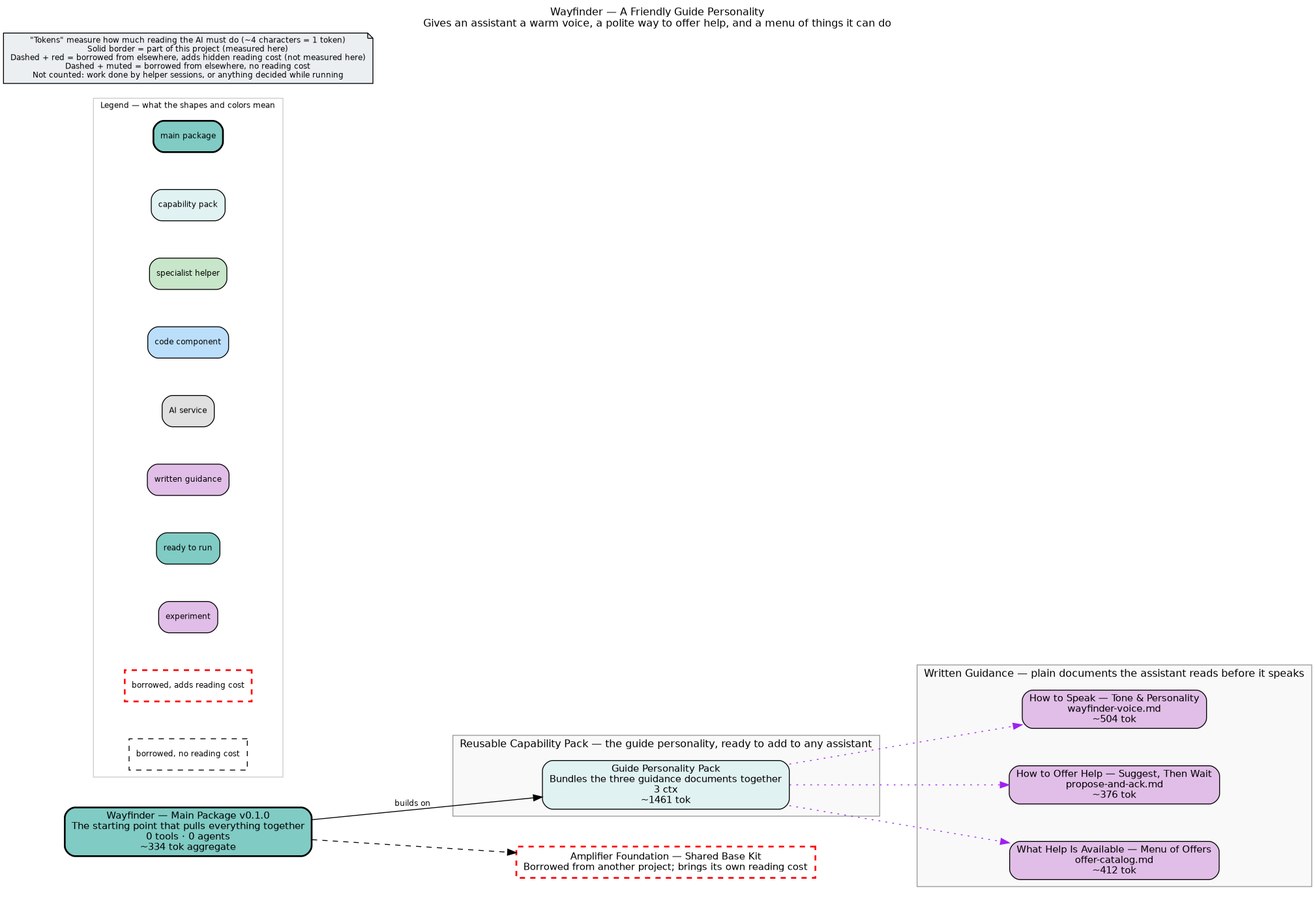
Before: bundle.png, a diagram exported from Graphviz (microsoft/amplifier-bundle-wayfinder). Its source is kept beside it as bundle.dot.
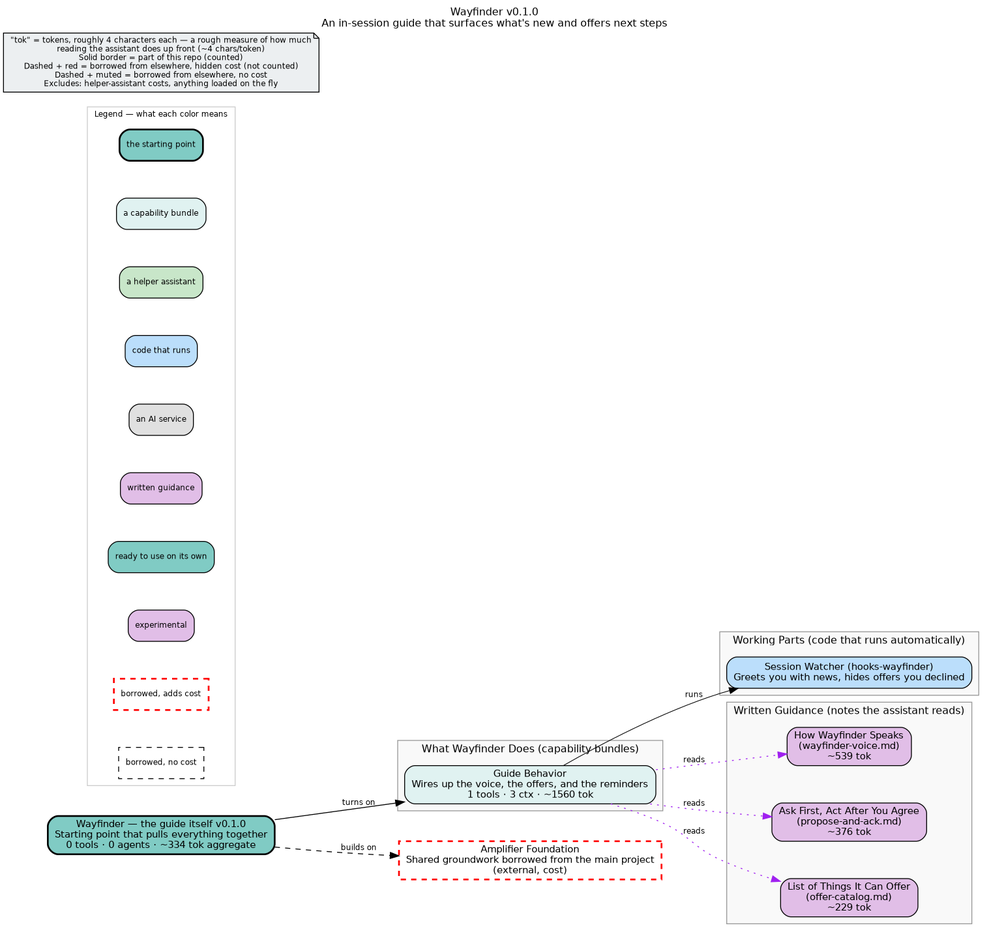
After the commit.

Commit message:
fix: hooks-wayfinder source path resolves under --app install

DTU Q2 FAIL: 'source: ./modules/hooks-wayfinder' resolved to
behaviors/modules/hooks-wayfinder (not found) because the --app install
uses #subdirectory=behaviors/wayfinder.yaml, making behaviors/ the base
dir. Module lives at repo-root modules/. Fixed to ../modules/hooks-wayfinder.

🤖 Generated with [Amplifier](https://github.com/microsoft/amplifier)

Diff of the diagram source:
```diff
@@ -3,65 +3,75 @@
     rankdir=LR
     fontname="Helvetica"
     fontsize=12
-    label="Wayfinder — A Friendly Guide Personality\nGives an assistant a warm voice, a polite way to offer help, and a menu of things it can do"
+    label="Wayfinder v0.1.0\nAn in-session guide that surfaces what's new and offers next steps"
     labelloc=t
     labeljust=c
     nodesep=0.6
     ranksep=0.7
     bgcolor="white"
-    source_hash="0c4c2518197ed2deb0f77ac6cd893955b8b85820c9a260c8f6af3b30ecfc6f82"
+    source_hash="c309f906b099b59cd1c3ea75b145cdd5a631e9830b00f84195f39d8a895bdc87"
 
     node [fontname="Helvetica", fontsize=11, style="filled,rounded"]
     edge [fontname="Helvetica", fontsize=9]
 
-    root_wayfinder [label="Wayfinder — Main Package v0.1.0\nThe starting point that pulls everything together\n0 tools · 0 agents\n~334 tok aggregate", shape=box, fillcolor="#80cbc4", style="filled,rounded,bold", penwidth=2]
+    root_wayfinder [label="Wayfinder — the guide itself v0.1.0\nStarting point that pulls everything together\n0 tools · 0 agents · ~334 tok aggregate", shape=box, fillcolor="#80cbc4", style="filled,rounded,bold", penwidth=2]
 
     subgraph cluster_behaviors {
-        label="Reusable Capability Pack — the guide personality, ready to add to any assistant"
+        label="What Wayfinder Does (capability bundles)"
         style="filled"
         fillcolor="#f9f9f9"
         color="#999999"
 
-        beh_wayfinder_behavior [label="Guide Personality Pack\nBundles the three guidance documents together\n3 ctx\n~1461 tok", shape=box, fillcolor="#e0f2f1", style="filled,rounded"]
+        beh_wayfinder_behavior [label="Guide Behavior\nWires up the voice, the offers, and the reminders\n1 tools · 3 ctx · ~1560 tok", shape=box, fillcolor="#e0f2f1", style="filled,rounded"]
     }
 
-    subgraph cluster_context {
-        label="Written Guidance — plain documents the assistant reads before it speaks"
+    subgraph cluster_modules {
+        label="Working Parts (code that runs automatically)"
         style="filled"
         fillcolor="#f9f9f9"
         color="#999999"
 
-        ctx_wayfinder_voice_md [label="How to Speak — Tone & Personality\nwayfinder-voice.md\n~504 tok", shape=box, fillcolor="#e1bee7", style="filled,rounded"]
-        ctx_propose_and_ack_md [label="How to Offer Help — Suggest, Then Wait\npropose-and-ack.md\n~376 tok", shape=box, fillcolor="#e1bee7", style="filled,rounded"]
-        ctx_offer_catalog_md [label="What Help Is Available — Menu of Offers\noffer-catalog.md\n~412 tok", shape=box, fillcolor="#e1bee7", style="filled,rounded"]
+        mod_hooks_wayfinder [label="Session Watcher (hooks-wayfinder)\nGreets you with news, hides offers you declined", shape=box, fillcolor="#bbdefb", style="filled,rounded"]
+    }
+
+    subgraph cluster_context {
+        label="Written Guidance (notes the assistant reads)"
+        style="filled"
+        fillcolor="#f9f9f9"
+        color="#999999"
+
+        ctx_wayfinder_voice_md [label="How Wayfinder Speaks\n(wayfinder-voice.md)\n~539 tok", shape=box, fillcolor="#e1bee7", style="filled,rounded"]
+        ctx_propose_and_ack_md [label="Ask First, Act After You Agree\n(propose-and-ack.md)\n~376 tok", shape=box, fillcolor="#e1bee7", style="filled,rounded"]
+        ctx_offer_catalog_md [label="List of Things It Can Offer\n(offer-catalog.md)\n~229 tok", shape=box, fillcolor="#e1bee7", style="filled,rounded"]
     }
 
     subgraph cluster_legend {
-        label="Legend — what the shapes and colors mean"
+        label="Legend — what each color means"
         style="filled"
         fillcolor="white"
         color="#cccccc"
         fontsize=9
 
-        leg_root [label="main package", shape=box, fillcolor="#80cbc4", style="filled,rounded,bold", fontsize=9]
-        leg_behavior [label="capability pack", shape=box, fillcolor="#e0f2f1", style="filled,rounded", fontsize=9]
-        leg_agent [label="specialist helper", shape=box, fillcolor="#c8e6c9", style="filled,rounded", fontsize=9]
-        leg_module [label="code component", shape=box, fillcolor="#bbdefb", style="filled,rounded", fontsize=9]
-        leg_provider [label="AI service", shape=box, fillcolor="#e0e0e0", style="filled,rounded", fontsize=9]
+        leg_root [label="the starting point", shape=box, fillcolor="#80cbc4", style="filled,rounded,bold", fontsize=9]
+        leg_behavior [label="a capability bundle", shape=box, fillcolor="#e0f2f1", style="filled,rounded", fontsize=9]
+        leg_agent [label="a helper assistant", shape=box, fillcolor="#c8e6c9", style="filled,rounded", fontsize=9]
+        leg_module [label="code that runs", shape=box, fillcolor="#bbdefb", style="filled,rounded", fontsize=9]
+        leg_provider [label="an AI service", shape=box, fillcolor="#e0e0e0", style="filled,rounded", fontsize=9]
         leg_context [label="written guidance", shape=box, fillcolor="#e1bee7", style="filled,rounded", fontsize=9]
-        leg_standalone [label="ready to run", shape=box, fillcolor="#80cbc4", style="filled,rounded", fontsize=9]
-        leg_experiment [label="experiment", shape=box, fillcolor="#e1bee7", style="filled,rounded", fontsize=9]
-        leg_ext_cost [label="borrowed, adds reading cost", shape=box, fillcolor="#80cbc4", style="dashed", color="red", penwidth=2, fontsize=9]
-        leg_ext_muted [label="borrowed, no reading cost", shape=box, fillcolor="#f5f5f5", style="dashed", fontsize=9]
+        leg_standalone [label="ready to use on its own", shape=box, fillcolor="#80cbc4", style="filled,rounded", fontsize=9]
+        leg_experiment [label="experimental", shape=box, fillcolor="#e1bee7", style="filled,rounded", fontsize=9]
+        leg_ext_cost [label="borrowed, adds cost", shape=box, fillcolor="#80cbc4", style="dashed", color="red", penwidth=2, fontsize=9]
+        leg_ext_muted [label="borrowed, no cost", shape=box, fillcolor="#f5f5f5", style="dashed", fontsize=9]
     }
 
-    disclaimer [label="\"Tokens\" measure how much reading the AI must do (~4 characters = 1 token)\nSolid border = part of this project (measured here)\nDashed + red = borrowed from elsewhere, adds hidden reading cost (not measured here)\nDashed + muted = borrowed from elsewhere, no reading cost\nNot counted: work done by helper sessions, or anything decided while running", shape=note, fillcolor="#eceff1", style="filled", fontsize=9]
+    disclaimer [label="\"tok\" = tokens, roughly 4 characters each — a rough measure of how much\nreading the assistant does up front (~4 chars/token)\nSolid border = part of this repo (counted)\nDashed + red = borrowed from elsewhere, hidden cost (not counted)\nDashed + muted = borrowed from elsewhere, no cost\nExcludes: helper-assistant costs, anything loaded on the fly", shape=note, fillcolor="#eceff1", style="filled", fontsize=9]
 
-    ext_githttps___github_com_microsoft_amplifier_foundation_main [label="Amplifier Foundation — Shared Base Kit\nBorrowed from another project; brings its own reading cost", shape=box, fillcolor="#80cbc4", style="dashed", color="red", penwidth=2]
+    ext_githttps___github_com_microsoft_amplifier_foundation_main [label="Amplifier Foundation\nShared groundwork borrowed from the main project\n(external, cost)", shape=box, fillcolor="#80cbc4", style="dashed", color="red", penwidth=2]
 
-    root_wayfinder -> ext_githttps___github_com_microsoft_amplifier_foundation_main [style=dashed]
-    root_wayfinder -> beh_wayfinder_behavior [label="builds on"]
-    beh_wayfinder_behavior -> ctx_wayfinder_voice_md [style=dotted, color=purple]
-    beh_wayfinder_behavior -> ctx_propose_and_ack_md [style=dotted, color=purple]
-    beh_wayfinder_behavior -> ctx_offer_catalog_md [style=dotted, color=purple]
+    root_wayfinder -> ext_githttps___github_com_microsoft_amplifier_foundation_main [style=dashed, label="builds on"]
+    root_wayfinder -> beh_wayfinder_behavior [label="turns on"]
+    beh_wayfinder_behavior -> mod_hooks_wayfinder [label="runs", penwidth=0.8]
+    beh_wayfinder_behavior -> ctx_wayfinder_voice_md [style=dotted, color=purple, label="reads"]
+    beh_wayfinder_behavior -> ctx_propose_and_ack_md [style=dotted, color=purple, label="reads"]
+    beh_wayfinder_behavior -> ctx_offer_catalog_md [style=dotted, color=purple, label="reads"]
 }
```
